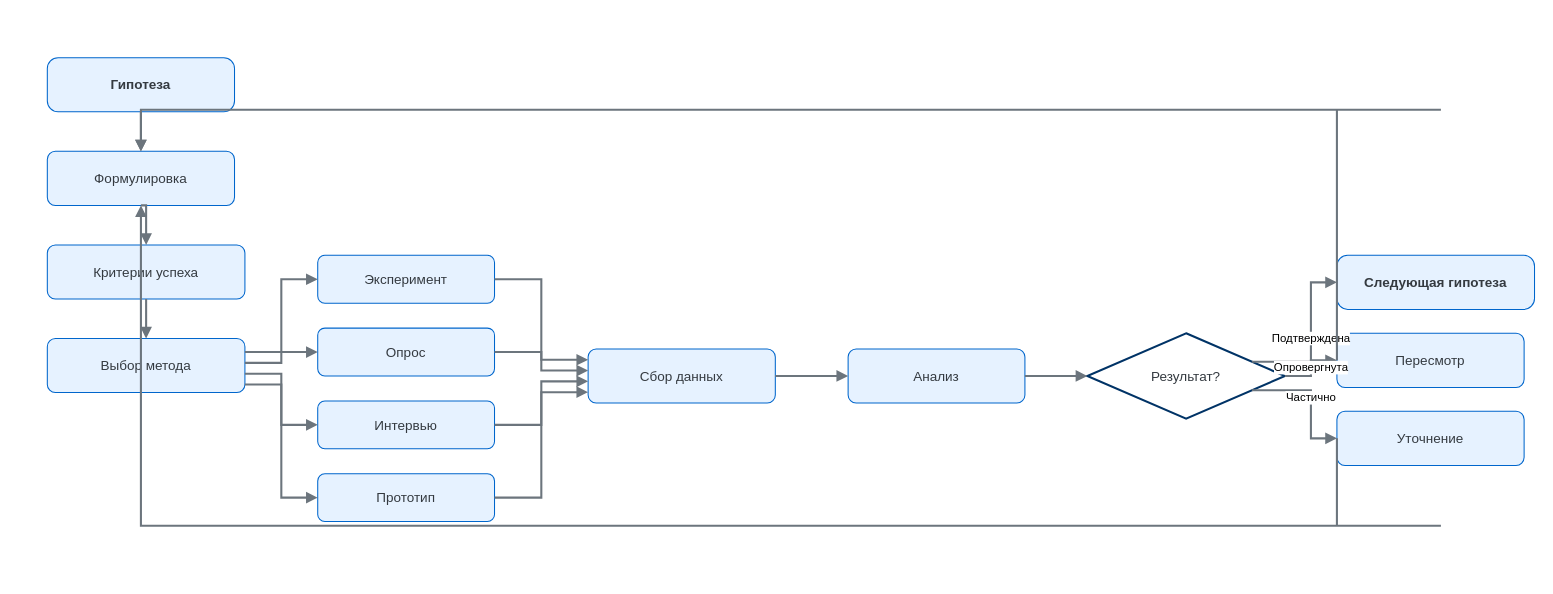
This is тестыИИ/discovery/drawio/04-validation-detailed.drawio from jackrescuer-gif/Discovery-in-value, a draw.io file, before an edit. Source tidied: cells renumbered, new cells numbered last; positions are measured from the earlier drawing's top-left corner, leaving out a move shared by most shapes. Both pictures are drawn from the tidied source at 104%, with x=0, y=0 at pixel (26, 57).
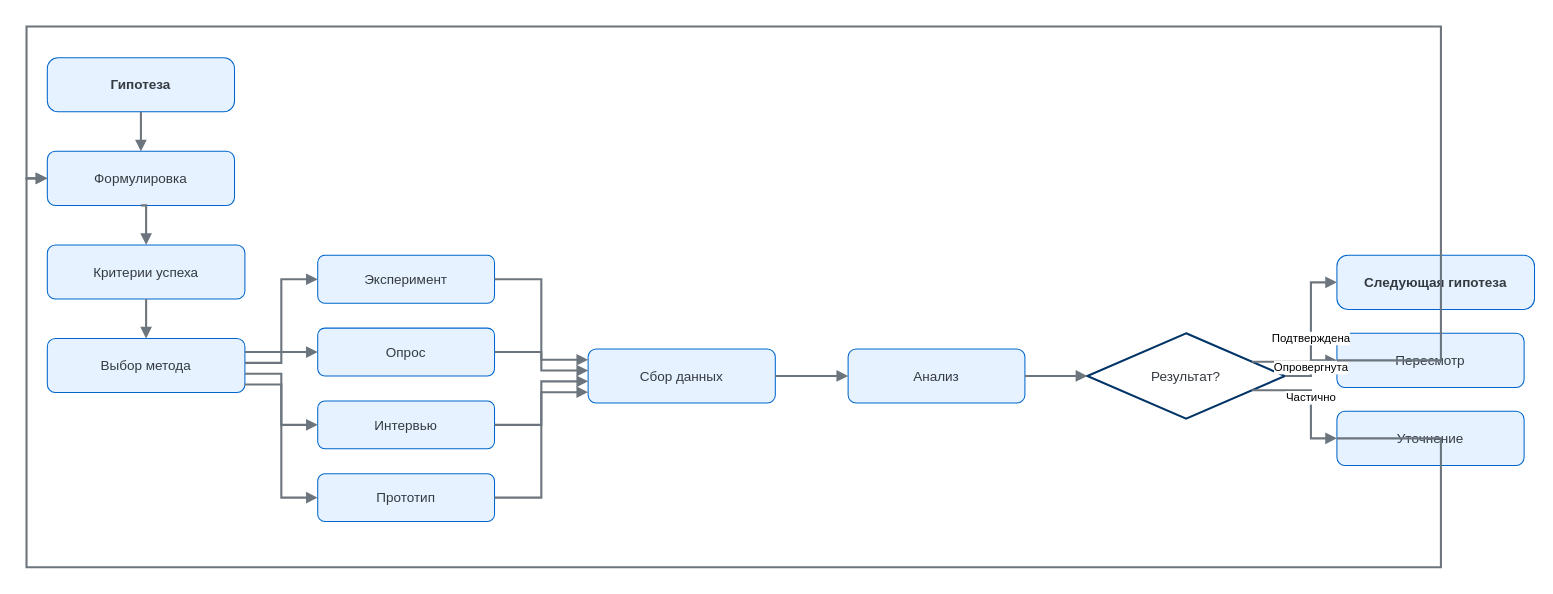
Above is the later version.

Commit message (it also covers changes not shown here):
Refine loop routing to avoid lines across role and validation blocks

The change refers to these unchanged cells:
```xml
<mxCell id="3" value="Формулировка" style="rounded=1;whiteSpace=wrap;html=1;fillColor=#E6F2FF;strokeColor=#0066CC;fontColor=#343A40;fontSize=13;" parent="1" vertex="1">
  <mxGeometry x="20" y="90" width="180" height="52" as="geometry" />
</mxCell>
<mxCell id="14" value="Пересмотр" style="rounded=1;whiteSpace=wrap;html=1;fillColor=#E6F2FF;strokeColor=#0066CC;fontColor=#343A40;fontSize=13;" parent="1" vertex="1">
  <mxGeometry x="1260" y="265" width="180" height="52" as="geometry" />
</mxCell>
<mxCell id="15" value="Уточнение" style="rounded=1;whiteSpace=wrap;html=1;fillColor=#E6F2FF;strokeColor=#0066CC;fontColor=#343A40;fontSize=13;" parent="1" vertex="1">
  <mxGeometry x="1260" y="340" width="180" height="52" as="geometry" />
</mxCell>
```

Change to the diagram source:
```diff
@@
-    <mxCell id="32" style="edgeStyle=orthogonalEdgeStyle;rounded=0;jettySize=auto;html=1;strokeColor=#6C757D;strokeWidth=2;endArrow=block;endFill=1;exitX=0;exitY=0.5;entryX=0.5;entryY=0;" parent="1" edge="1" source="14" target="3">
+    <mxCell id="32" style="edgeStyle=orthogonalEdgeStyle;rounded=0;jettySize=auto;html=1;strokeColor=#6C757D;strokeWidth=2;endArrow=block;endFill=1;exitX=0;exitY=0.5;entryX=0;entryY=0.5;" parent="1" edge="1" source="14" target="3">
       <mxGeometry relative="1" as="geometry">
         <Array as="points">
-          <mxPoint x="1360" y="50" />
-          <mxPoint y="50" />
+          <mxPoint x="1360" y="-30" />
+          <mxPoint y="-30" />
+          <mxPoint y="116" />
         </Array>
       </mxGeometry>
     </mxCell>
-    <mxCell id="33" style="edgeStyle=orthogonalEdgeStyle;rounded=0;jettySize=auto;html=1;strokeColor=#6C757D;strokeWidth=2;endArrow=block;endFill=1;exitX=0;exitY=0.5;entryX=0.5;entryY=1;" parent="1" edge="1" source="15" target="3">
+    <mxCell id="33" style="edgeStyle=orthogonalEdgeStyle;rounded=0;jettySize=auto;html=1;strokeColor=#6C757D;strokeWidth=2;endArrow=block;endFill=1;exitX=0;exitY=0.5;entryX=0;entryY=0.5;" parent="1" edge="1" source="15" target="3">
       <mxGeometry relative="1" as="geometry">
         <Array as="points">
-          <mxPoint x="1360" y="450" />
-          <mxPoint y="450" />
+          <mxPoint x="1360" y="490" />
+          <mxPoint y="490" />
+          <mxPoint y="116" />
         </Array>
       </mxGeometry>
     </mxCell>
```
